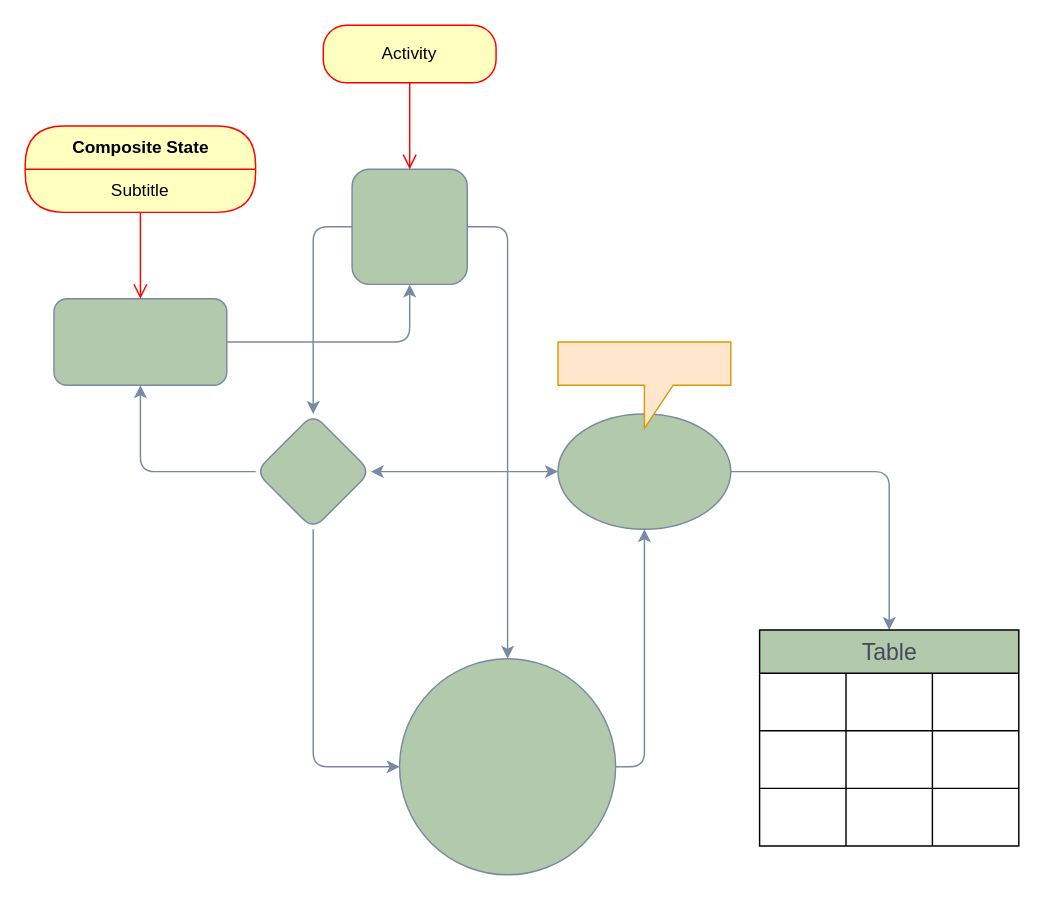
This is Diagramma.drawio from KonstantinS007/PythonProject, a draw.io file, before an edit. Source tidied: cells renumbered, new cells numbered last; positions are measured from the earlier drawing's top-left corner, leaving out a move shared by most shapes. Both pictures are drawn from the tidied source at 144%, with x=0, y=0 at pixel (24, 24).
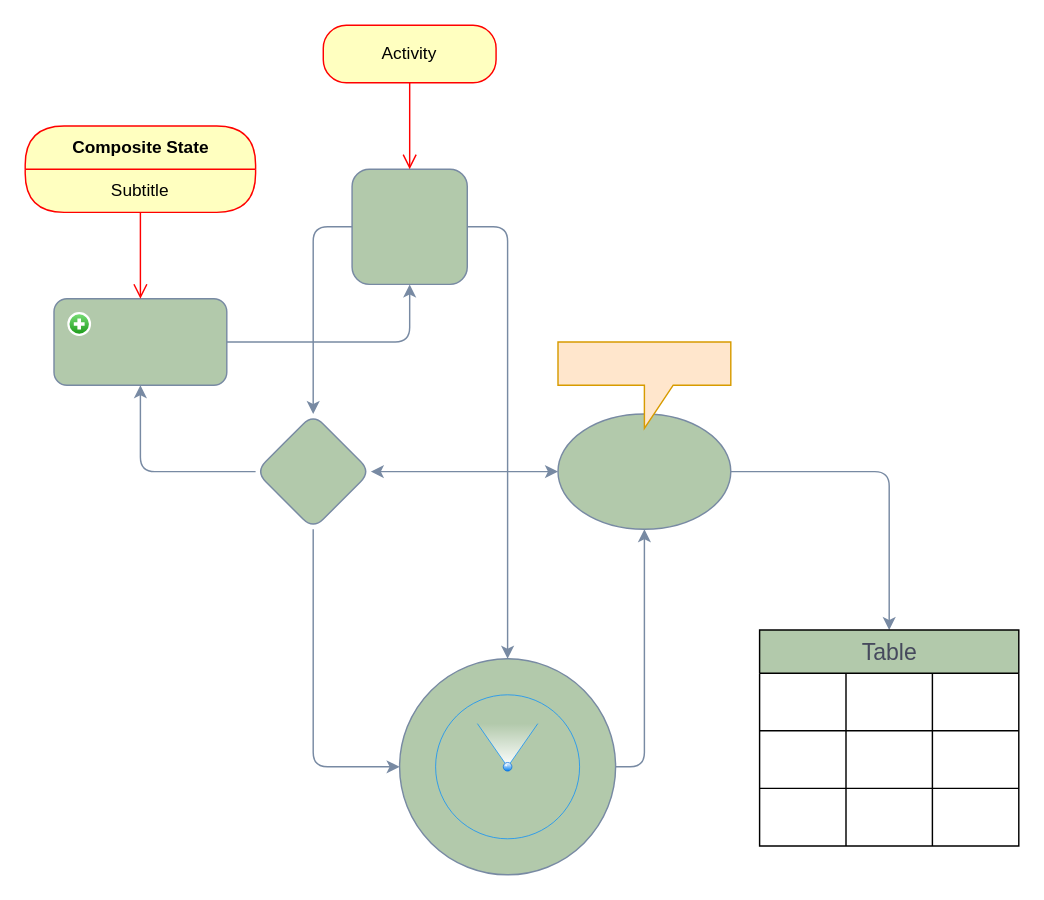
Above is the later version.

The edit, as a diff of the source:
```diff
@@
+    <mxCell id="34" style="verticalLabelPosition=bottom;verticalAlign=top;html=1;shadow=0;dashed=0;strokeWidth=1;shape=mxgraph.ios.iAddIcon;fillColor=#7AdF78;fillColor2=#1A9917;strokeColor=#ffffff;sketch=0;" parent="1" vertex="1">
+      <mxGeometry x="30" y="200" width="15" height="15" as="geometry" />
+    </mxCell>
+    <mxCell id="35" style="verticalLabelPosition=bottom;verticalAlign=top;html=1;shadow=0;dashed=0;strokeWidth=1;shape=mxgraph.ios.iDir;" parent="1" vertex="1">
+      <mxGeometry x="285" y="465" width="100" height="100" as="geometry" />
+    </mxCell>
```
